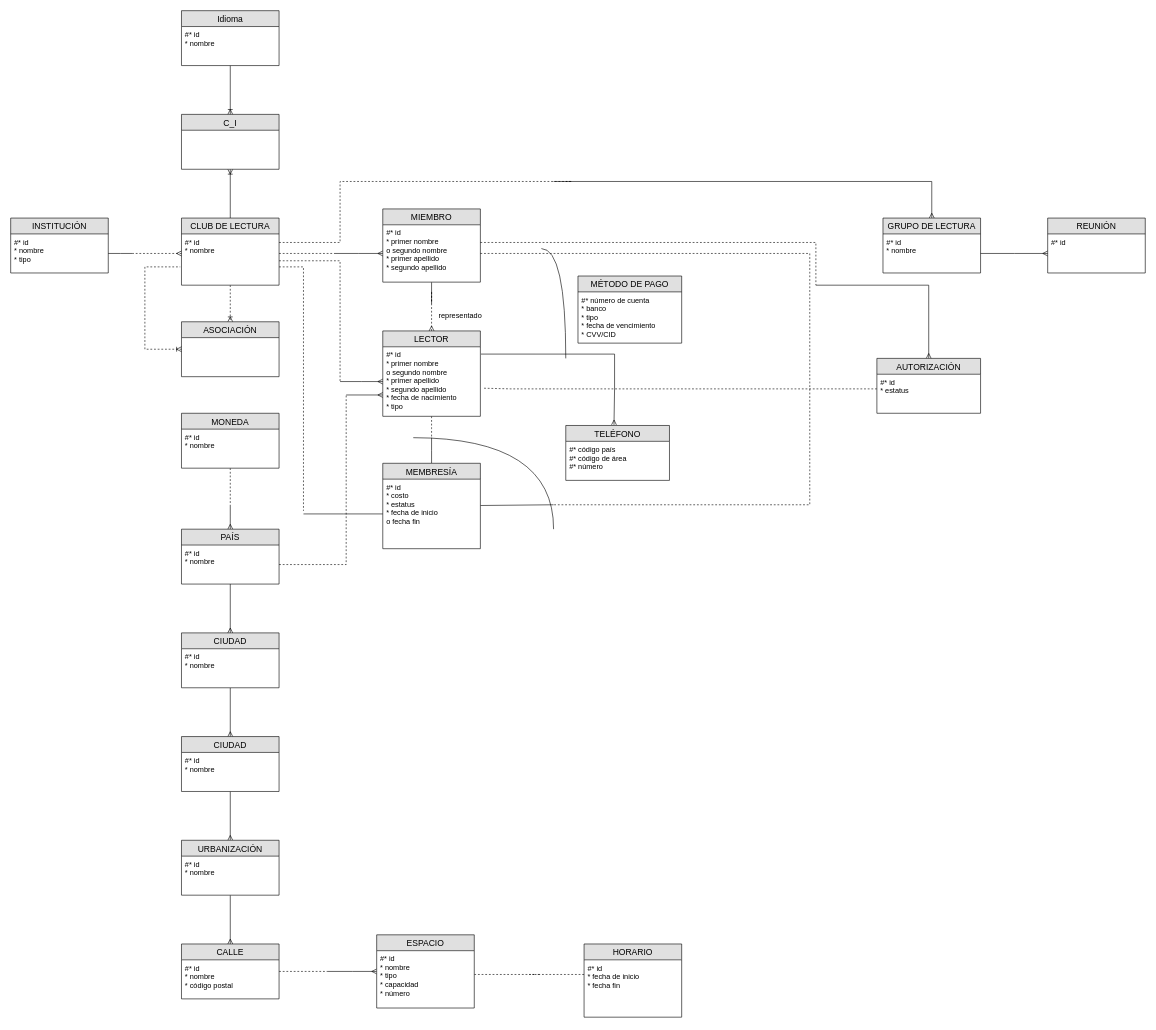
Before: DB I/ER.drawio in NeutronBlast/IS-Ex, a draw.io diagram. Source tidied: cells renumbered, new cells numbered last; positions are measured from the earlier drawing's top-left corner, leaving out a move shared by most shapes. Both pictures are drawn from the tidied source at 61%, with x=0, y=0 at pixel (10, 10).
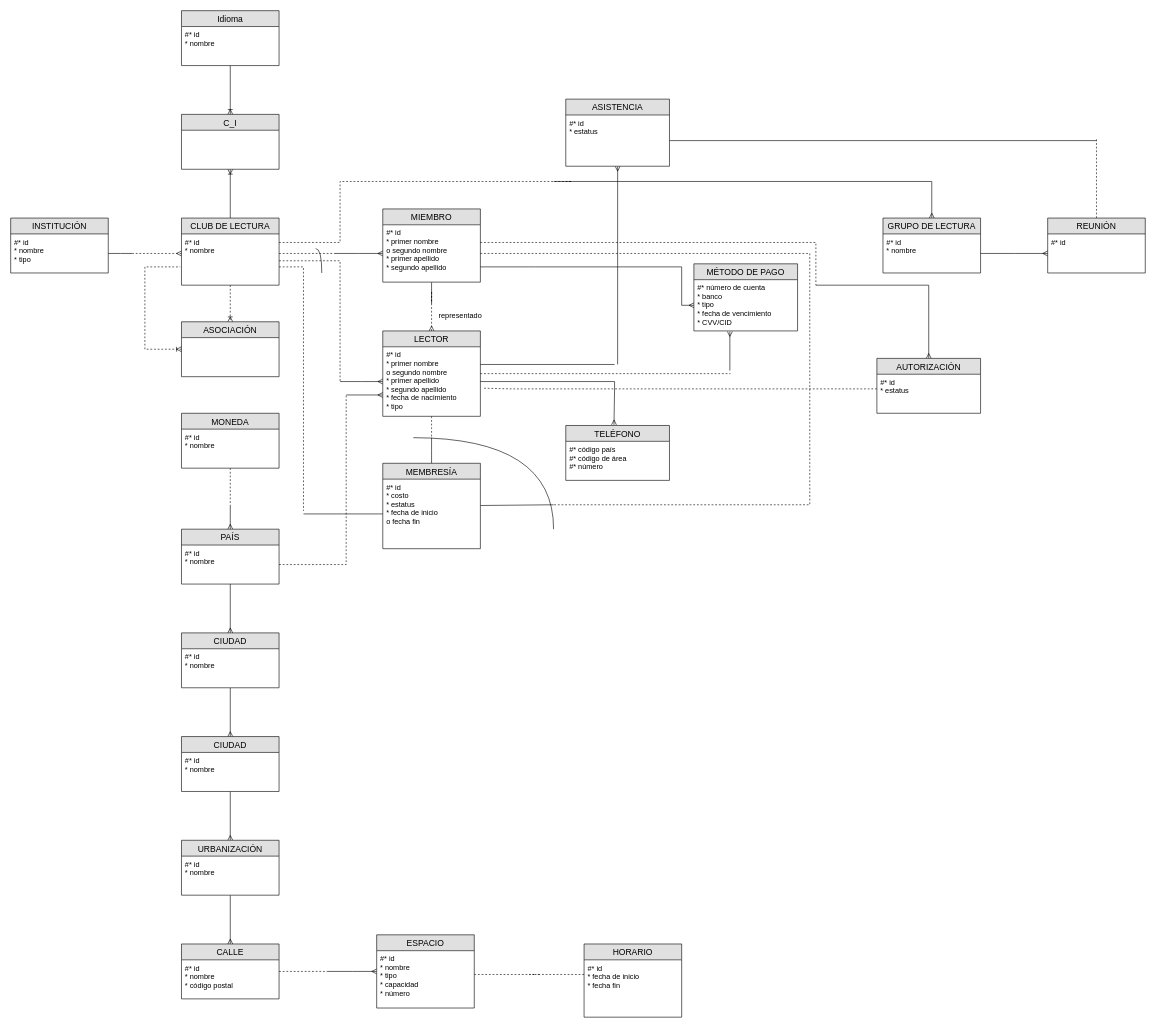
The same diagram, later.

The change refers to these unchanged cells:
```xml
<mxCell id="23" value="#* id&#10;* primer nombre&#10;o segundo nombre&#10;* primer apellido&#10;* segundo apellido&#10;* fecha de nacimiento&#10;* tipo" style="text;strokeColor=none;fillColor=none;spacingLeft=4;spacingRight=4;overflow=hidden;points=[[0,0.5],[1,0.5]];portConstraint=eastwest;fontSize=12;" parent="22" vertex="1">
  <mxGeometry y="26" width="160" height="114" as="geometry" />
</mxCell>
<mxCell id="29" value="REUNIÓN" style="swimlane;fontStyle=0;horizontal=1;startSize=26;fillColor=#e0e0e0;swimlaneFillColor=#ffffff;align=center;fontSize=14;" parent="1" vertex="1">
  <mxGeometry x="1700" y="340" width="160" height="90" as="geometry" />
</mxCell>
<mxCell id="83" value="#* número de cuenta&#10;* banco&#10;* tipo&#10;* fecha de vencimiento&#10;* CVV/CID" style="text;strokeColor=none;fillColor=none;spacingLeft=4;spacingRight=4;overflow=hidden;points=[[0,0.5],[1,0.5]];portConstraint=eastwest;fontSize=12;" parent="82" vertex="1">
  <mxGeometry y="26" width="170" height="84" as="geometry" />
</mxCell>
```

What changed in the source:
```diff
@@
+    <mxCell id="84" style="edgeStyle=orthogonalEdgeStyle;rounded=0;jettySize=auto;html=1;startArrow=none;startFill=0;endArrow=none;endFill=0;dashed=1;" parent="1" edge="1" source="29">
+      <mxGeometry relative="1" as="geometry">
+        <mxPoint x="1780" y="210" as="targetPoint" />
+      </mxGeometry>
+    </mxCell>
@@
-    <mxCell id="80" style="edgeStyle=orthogonalEdgeStyle;rounded=0;jettySize=auto;html=1;startArrow=none;startFill=0;endArrow=none;endFill=0;exitX=1.006;exitY=0.105;exitDx=0;exitDy=0;exitPerimeter=0;" parent="1" edge="1" source="23">
+    <mxCell id="80" style="edgeStyle=orthogonalEdgeStyle;rounded=0;jettySize=auto;html=1;startArrow=none;startFill=0;endArrow=none;endFill=0;exitX=1;exitY=0.5;exitDx=0;exitDy=0;" parent="1" edge="1" source="23">
       <mxGeometry relative="1" as="geometry">
         <mxPoint x="990" y="620" as="targetPoint" />
         <Array as="points">
-          <mxPoint x="990" y="563" />
+          <mxPoint x="990" y="608" />
         </Array>
       </mxGeometry>
     </mxCell>
-    <mxCell id="81" style="endArrow=none;html=1;edgeStyle=orthogonalEdgeStyle;curved=1;" parent="1" edge="1">
-      <mxGeometry relative="1" as="geometry">
-        <mxPoint x="870" y="390" as="sourcePoint" />
-        <mxPoint x="910" y="570" as="targetPoint" />
-        <Array as="points">
-          <mxPoint x="910" y="390" />
-        </Array>
-      </mxGeometry>
-    </mxCell>
     <mxCell id="82" value="MÉTODO DE PAGO" style="swimlane;fontStyle=0;horizontal=1;startSize=26;fillColor=#e0e0e0;swimlaneFillColor=#ffffff;align=center;fontSize=14;" parent="1" vertex="1">
-      <mxGeometry x="930" y="435" width="170" height="110" as="geometry" />
+      <mxGeometry x="1120" y="415" width="170" height="110" as="geometry" />
     </mxCell>
@@
+    <mxCell id="85" style="endArrow=none;html=1;edgeStyle=orthogonalEdgeStyle;curved=1;" parent="1" edge="1">
+      <mxGeometry relative="1" as="geometry">
+        <mxPoint x="510" y="430" as="sourcePoint" />
+        <mxPoint x="500" y="390" as="targetPoint" />
+        <Array as="points">
+          <mxPoint x="510" y="390" />
+        </Array>
+      </mxGeometry>
+    </mxCell>
+    <mxCell id="86" style="endArrow=none;html=1;" parent="1" edge="1">
+      <mxGeometry relative="1" as="geometry">
+        <mxPoint x="770" y="420" as="sourcePoint" />
+        <mxPoint x="860" y="420" as="targetPoint" />
+      </mxGeometry>
+    </mxCell>
+    <mxCell id="87" style="edgeStyle=orthogonalEdgeStyle;rounded=0;jettySize=auto;html=1;startArrow=ERmany;startFill=0;endArrow=none;endFill=0;" parent="1" edge="1" source="83">
+      <mxGeometry relative="1" as="geometry">
+        <mxPoint x="860" y="420" as="targetPoint" />
+        <Array as="points">
+          <mxPoint x="1100" y="483" />
+          <mxPoint x="1100" y="420" />
+        </Array>
+      </mxGeometry>
+    </mxCell>
+    <mxCell id="88" style="endArrow=none;html=1;dashed=1;" parent="1" edge="1">
+      <mxGeometry relative="1" as="geometry">
+        <mxPoint x="770" y="595" as="sourcePoint" />
+        <mxPoint x="1180" y="595" as="targetPoint" />
+      </mxGeometry>
+    </mxCell>
+    <mxCell id="89" style="edgeStyle=none;rounded=0;jettySize=auto;html=1;startArrow=none;startFill=0;endArrow=ERmany;endFill=0;entryX=0.347;entryY=1.012;entryDx=0;entryDy=0;entryPerimeter=0;" parent="1" edge="1" target="83">
+      <mxGeometry relative="1" as="geometry">
+        <mxPoint x="1179" y="590" as="sourcePoint" />
+      </mxGeometry>
+    </mxCell>
+    <mxCell id="90" style="edgeStyle=orthogonalEdgeStyle;rounded=0;jettySize=auto;html=1;startArrow=ERmany;startFill=0;endArrow=none;endFill=0;" parent="1" edge="1" source="91">
+      <mxGeometry relative="1" as="geometry">
+        <mxPoint x="995" y="580" as="targetPoint" />
+      </mxGeometry>
+    </mxCell>
+    <mxCell id="91" value="ASISTENCIA" style="swimlane;fontStyle=0;horizontal=1;startSize=26;fillColor=#e0e0e0;swimlaneFillColor=#ffffff;align=center;fontSize=14;" parent="1" vertex="1">
+      <mxGeometry x="910" y="145" width="170" height="110" as="geometry" />
+    </mxCell>
+    <mxCell id="92" value="#* id&#10;* estatus" style="text;strokeColor=none;fillColor=none;spacingLeft=4;spacingRight=4;overflow=hidden;points=[[0,0.5],[1,0.5]];portConstraint=eastwest;fontSize=12;" parent="91" vertex="1">
+      <mxGeometry y="26" width="170" height="84" as="geometry" />
+    </mxCell>
+    <mxCell id="93" style="endArrow=none;html=1;" parent="1" edge="1">
+      <mxGeometry relative="1" as="geometry">
+        <mxPoint x="770" y="580" as="sourcePoint" />
+        <mxPoint x="990" y="580" as="targetPoint" />
+      </mxGeometry>
+    </mxCell>
+    <mxCell id="94" style="edgeStyle=orthogonalEdgeStyle;rounded=0;jettySize=auto;html=1;startArrow=none;startFill=0;endArrow=none;endFill=0;" parent="1" edge="1" source="92">
+      <mxGeometry relative="1" as="geometry">
+        <mxPoint x="1780" y="213" as="targetPoint" />
+      </mxGeometry>
+    </mxCell>
```
